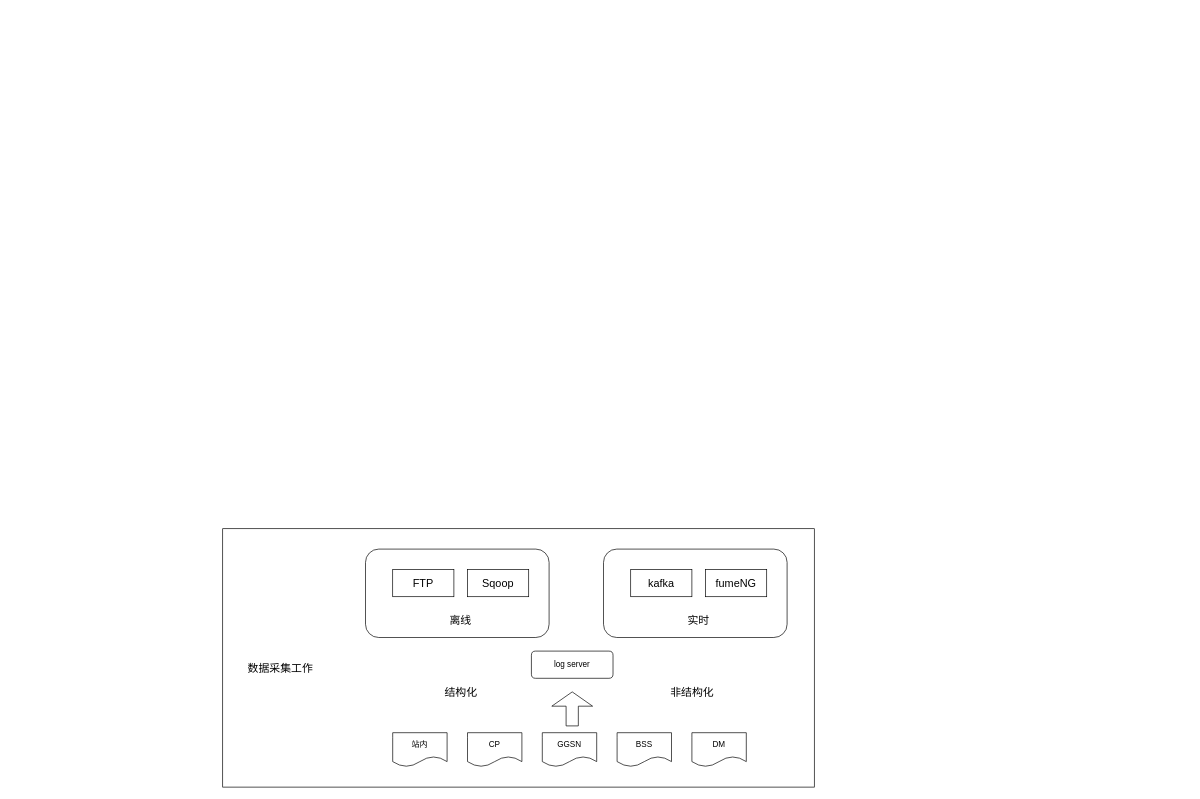
Above: 分布式框架.drawio in xmiloser/xmiloser (draw.io), before the change. Source tidied: cells renumbered, new cells numbered last; positions are measured from the earlier drawing's top-left corner, leaving out a move shared by most shapes. Both pictures are drawn from the tidied source at 68%, with x=0, y=0 at pixel (222, 528).
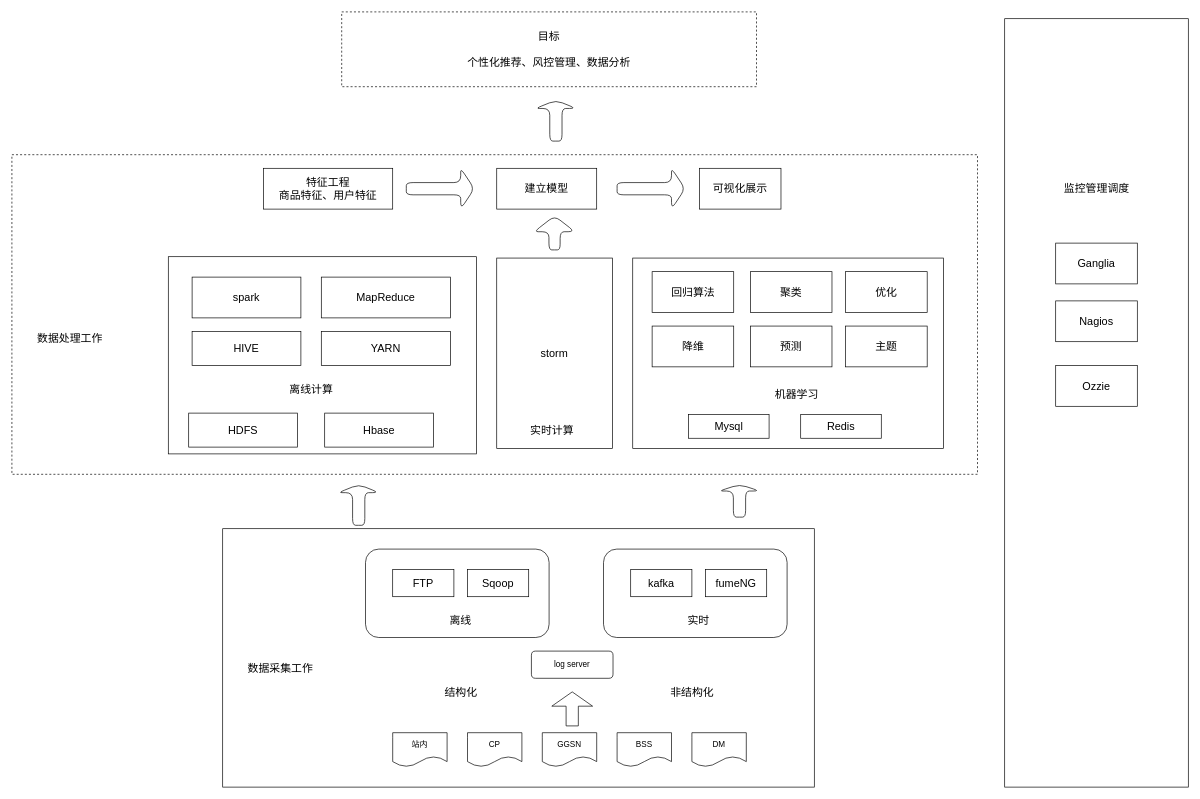
The same diagram, later.

Commit message:
更新分布式框架.drawio

Change to the diagram source:
```diff
@@
+    <mxCell id="23" style="shape=singleArrow;direction=north;whiteSpace=wrap;html=1;rounded=1;fontSize=16;" parent="1" vertex="1">
+      <mxGeometry x="170" y="-65" width="60" height="60" as="geometry" />
+    </mxCell>
+    <mxCell id="24" style="group;" parent="1" vertex="1">
+      <mxGeometry x="-310" y="-550" width="1420" height="490" as="geometry" />
+    </mxCell>
+    <mxCell id="25" style="rounded=0;whiteSpace=wrap;html=1;fontSize=16;dashed=1;" parent="24" vertex="1">
+      <mxGeometry width="1420" height="470" as="geometry" />
+    </mxCell>
+    <mxCell id="26" style="group;" parent="24" vertex="1">
+      <mxGeometry x="230" y="150" width="453" height="290" as="geometry" />
+    </mxCell>
+    <mxCell id="27" style="rounded=0;whiteSpace=wrap;html=1;fontSize=16;" parent="26" vertex="1">
+      <mxGeometry width="453" height="290" as="geometry" />
+    </mxCell>
+    <mxCell id="28" value="离线计算" style="text;html=1;align=center;verticalAlign=middle;strokeColor=none;fillColor=none;fontSize=16;" parent="26" vertex="1">
+      <mxGeometry x="170" y="185" width="80" height="20" as="geometry" />
+    </mxCell>
+    <mxCell id="29" value="HDFS" style="rounded=0;whiteSpace=wrap;html=1;fontSize=16;" parent="26" vertex="1">
+      <mxGeometry x="30" y="230" width="160" height="50" as="geometry" />
+    </mxCell>
+    <mxCell id="30" value="spark" style="rounded=0;whiteSpace=wrap;html=1;fontSize=16;" parent="26" vertex="1">
+      <mxGeometry x="35" y="30" width="160" height="60" as="geometry" />
+    </mxCell>
+    <mxCell id="31" value="&lt;div&gt;MapReduce&lt;/div&gt;" style="rounded=0;whiteSpace=wrap;html=1;fontSize=16;" parent="26" vertex="1">
+      <mxGeometry x="225" y="30" width="190" height="60" as="geometry" />
+    </mxCell>
+    <mxCell id="32" value="&lt;div&gt;YARN&lt;/div&gt;" style="rounded=0;whiteSpace=wrap;html=1;fontSize=16;" parent="26" vertex="1">
+      <mxGeometry x="225" y="110" width="190" height="50" as="geometry" />
+    </mxCell>
+    <mxCell id="33" value="HIVE" style="rounded=0;whiteSpace=wrap;html=1;fontSize=16;" parent="26" vertex="1">
+      <mxGeometry x="35" y="110" width="160" height="50" as="geometry" />
+    </mxCell>
+    <mxCell id="34" value="Hbase" style="rounded=0;whiteSpace=wrap;html=1;fontSize=16;" parent="26" vertex="1">
+      <mxGeometry x="230" y="230" width="160" height="50" as="geometry" />
+    </mxCell>
+    <mxCell id="35" style="group;" parent="24" vertex="1">
+      <mxGeometry x="913" y="152" width="457" height="338" as="geometry" />
+    </mxCell>
+    <mxCell id="36" style="rounded=0;whiteSpace=wrap;html=1;fontSize=16;" parent="35" vertex="1">
+      <mxGeometry width="457" height="280" as="geometry" />
+    </mxCell>
+    <mxCell id="37" value="机器学习" style="text;html=1;align=center;verticalAlign=middle;strokeColor=none;fillColor=none;fontSize=16;" parent="35" vertex="1">
+      <mxGeometry x="201" y="190" width="80" height="20" as="geometry" />
+    </mxCell>
+    <mxCell id="38" value="回归算法" style="rounded=0;whiteSpace=wrap;html=1;fontSize=16;" parent="35" vertex="1">
+      <mxGeometry x="28.5" y="20" width="120" height="60" as="geometry" />
+    </mxCell>
+    <mxCell id="39" value="聚类" style="rounded=0;whiteSpace=wrap;html=1;fontSize=16;" parent="35" vertex="1">
+      <mxGeometry x="173" y="20" width="120" height="60" as="geometry" />
+    </mxCell>
+    <mxCell id="40" value="降维" style="rounded=0;whiteSpace=wrap;html=1;fontSize=16;" parent="35" vertex="1">
+      <mxGeometry x="28.5" y="100" width="120" height="60" as="geometry" />
+    </mxCell>
+    <mxCell id="41" value="预测" style="rounded=0;whiteSpace=wrap;html=1;fontSize=16;" parent="35" vertex="1">
+      <mxGeometry x="173" y="100" width="120" height="60" as="geometry" />
+    </mxCell>
+    <mxCell id="42" value="优化" style="rounded=0;whiteSpace=wrap;html=1;fontSize=16;" parent="35" vertex="1">
+      <mxGeometry x="313" y="20" width="120" height="60" as="geometry" />
+    </mxCell>
+    <mxCell id="43" value="主题" style="rounded=0;whiteSpace=wrap;html=1;fontSize=16;" parent="35" vertex="1">
+      <mxGeometry x="313" y="100" width="120" height="60" as="geometry" />
+    </mxCell>
+    <mxCell id="44" value="Mysql" style="rounded=0;whiteSpace=wrap;html=1;fontSize=16;" parent="35" vertex="1">
+      <mxGeometry x="82" y="230" width="118.5" height="35" as="geometry" />
+    </mxCell>
+    <mxCell id="45" value="Redis" style="rounded=0;whiteSpace=wrap;html=1;fontSize=16;" parent="35" vertex="1">
+      <mxGeometry x="247" y="230" width="118.5" height="35" as="geometry" />
+    </mxCell>
+    <mxCell id="46" style="group;" parent="24" vertex="1">
+      <mxGeometry x="713" y="152" width="170" height="280" as="geometry" />
+    </mxCell>
+    <mxCell id="47" value="storm" style="rounded=0;whiteSpace=wrap;html=1;fontSize=16;" parent="46" vertex="1">
+      <mxGeometry width="170" height="280" as="geometry" />
+    </mxCell>
+    <mxCell id="48" value="实时计算" style="text;html=1;align=center;verticalAlign=middle;strokeColor=none;fillColor=none;fontSize=16;" parent="46" vertex="1">
+      <mxGeometry x="41" y="243" width="80" height="20" as="geometry" />
+    </mxCell>
+    <mxCell id="49" value="建立模型" style="rounded=0;whiteSpace=wrap;html=1;fontSize=16;" parent="24" vertex="1">
+      <mxGeometry x="713" y="20" width="147" height="60" as="geometry" />
+    </mxCell>
+    <mxCell id="50" value="特征工程&lt;br&gt;商品特征、用户特征" style="rounded=0;whiteSpace=wrap;html=1;fontSize=16;" parent="24" vertex="1">
+      <mxGeometry x="370" y="20" width="190" height="60" as="geometry" />
+    </mxCell>
+    <mxCell id="51" value="可视化展示" style="rounded=0;whiteSpace=wrap;html=1;fontSize=16;" parent="24" vertex="1">
+      <mxGeometry x="1011" y="20" width="120" height="60" as="geometry" />
+    </mxCell>
+    <mxCell id="52" style="shape=singleArrow;whiteSpace=wrap;html=1;rounded=1;fontSize=16;" parent="24" vertex="1">
+      <mxGeometry x="580" y="20" width="100" height="60" as="geometry" />
+    </mxCell>
+    <mxCell id="53" style="shape=singleArrow;whiteSpace=wrap;html=1;rounded=1;fontSize=16;" parent="24" vertex="1">
+      <mxGeometry x="890" y="20" width="100" height="60" as="geometry" />
+    </mxCell>
+    <mxCell id="54" value="数据处理工作" style="text;html=1;align=center;verticalAlign=middle;strokeColor=none;fillColor=none;fontSize=16;" parent="24" vertex="1">
+      <mxGeometry x="30" y="260" width="110" height="20" as="geometry" />
+    </mxCell>
+    <mxCell id="55" style="shape=singleArrow;direction=north;whiteSpace=wrap;html=1;rounded=1;fontSize=16;arrowWidth=0.2743589743589761;arrowSize=0.4653846153846132;" parent="24" vertex="1">
+      <mxGeometry x="768" y="90" width="60" height="50" as="geometry" />
+    </mxCell>
+    <mxCell id="56" style="shape=singleArrow;direction=north;whiteSpace=wrap;html=1;rounded=1;fontSize=16;" parent="1" vertex="1">
+      <mxGeometry x="730" y="-65" width="60" height="48" as="geometry" />
+    </mxCell>
+    <mxCell id="57" value="目标&lt;br&gt;&lt;br&gt;个性化推荐、风控管理、数据分析" style="rounded=0;whiteSpace=wrap;html=1;dashed=1;fontSize=16;" parent="1" vertex="1">
+      <mxGeometry x="175" y="-760" width="610" height="110" as="geometry" />
+    </mxCell>
+    <mxCell id="58" style="shape=singleArrow;direction=north;whiteSpace=wrap;html=1;rounded=1;fontSize=16;" parent="1" vertex="1">
+      <mxGeometry x="460" y="-630" width="60" height="60" as="geometry" />
+    </mxCell>
+    <mxCell id="59" style="group;" parent="1" vertex="1">
+      <mxGeometry x="1150" y="-750" width="270" height="1130" as="geometry" />
+    </mxCell>
+    <mxCell id="60" style="rounded=0;whiteSpace=wrap;html=1;fontSize=16;" parent="59" vertex="1">
+      <mxGeometry width="270" height="1130" as="geometry" />
+    </mxCell>
+    <mxCell id="61" value="监控管理调度" style="text;html=1;align=center;verticalAlign=middle;strokeColor=none;fillColor=none;fontSize=16;" parent="59" vertex="1">
+      <mxGeometry x="80" y="240" width="110" height="20" as="geometry" />
+    </mxCell>
+    <mxCell id="62" value="Ganglia" style="rounded=0;whiteSpace=wrap;html=1;fontSize=16;" parent="59" vertex="1">
+      <mxGeometry x="75" y="330" width="120" height="60" as="geometry" />
+    </mxCell>
+    <mxCell id="63" value="Nagios" style="rounded=0;whiteSpace=wrap;html=1;fontSize=16;" parent="59" vertex="1">
+      <mxGeometry x="75" y="415" width="120" height="60" as="geometry" />
+    </mxCell>
+    <mxCell id="64" value="Ozzie" style="rounded=0;whiteSpace=wrap;html=1;fontSize=16;" parent="59" vertex="1">
+      <mxGeometry x="75" y="510" width="120" height="60" as="geometry" />
+    </mxCell>
```
